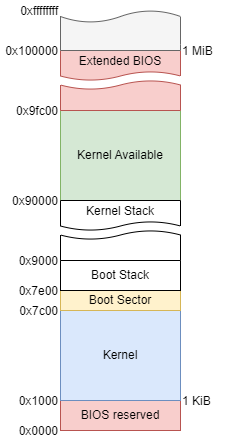
Above: docs/boot/boot_memory_diagram.png in makeopensource/mOS (draw.io), before the change. Source tidied: cells renumbered, new cells last; positions are measured from the earlier drawing's top-left corner, leaving out a move shared by most shapes. Source of this version:
```xml
<mxGraphModel>
  <root>
    <mxCell id="0" />
    <mxCell id="1" parent="0" />
    <mxCell id="2" value="BIOS reserved" style="rounded=0;whiteSpace=wrap;html=1;fillColor=#f8cecc;strokeColor=#b85450;" parent="1" vertex="1">
      <mxGeometry x="60" y="400" width="120" height="30" as="geometry" />
    </mxCell>
    <mxCell id="3" value="0x1000" style="text;html=1;strokeColor=none;fillColor=none;align=right;verticalAlign=bottom;whiteSpace=wrap;rounded=0;" parent="1" vertex="1">
      <mxGeometry y="390" width="60" height="20" as="geometry" />
    </mxCell>
    <mxCell id="4" value="0x0000" style="text;html=1;strokeColor=none;fillColor=none;align=right;verticalAlign=bottom;whiteSpace=wrap;rounded=0;" parent="1" vertex="1">
      <mxGeometry y="420" width="60" height="20" as="geometry" />
    </mxCell>
    <mxCell id="5" value="Kernel" style="rounded=0;whiteSpace=wrap;html=1;fillColor=#dae8fc;strokeColor=#6c8ebf;" parent="1" vertex="1">
      <mxGeometry x="60" y="310" width="120" height="90" as="geometry" />
    </mxCell>
    <mxCell id="6" value="0x7c00" style="text;html=1;strokeColor=none;fillColor=none;align=right;verticalAlign=bottom;whiteSpace=wrap;rounded=0;" parent="1" vertex="1">
      <mxGeometry y="300" width="60" height="20" as="geometry" />
    </mxCell>
    <mxCell id="7" value="Boot Sector" style="rounded=0;whiteSpace=wrap;html=1;fillColor=#fff2cc;strokeColor=#d6b656;" parent="1" vertex="1">
      <mxGeometry x="60" y="290" width="120" height="20" as="geometry" />
    </mxCell>
    <mxCell id="8" value="0x7e00" style="text;html=1;strokeColor=none;fillColor=none;align=right;verticalAlign=bottom;whiteSpace=wrap;rounded=0;" parent="1" vertex="1">
      <mxGeometry y="280" width="60" height="20" as="geometry" />
    </mxCell>
    <mxCell id="9" value="Boot Stack" style="rounded=0;whiteSpace=wrap;html=1;glass=0;shadow=0;" parent="1" vertex="1">
      <mxGeometry x="60" y="260" width="120" height="30" as="geometry" />
    </mxCell>
    <mxCell id="10" value="0x9000" style="text;html=1;strokeColor=none;fillColor=none;align=right;verticalAlign=bottom;whiteSpace=wrap;rounded=0;" parent="1" vertex="1">
      <mxGeometry y="250" width="60" height="20" as="geometry" />
    </mxCell>
    <mxCell id="11" value="0x90000" style="text;html=1;strokeColor=none;fillColor=none;align=right;verticalAlign=bottom;whiteSpace=wrap;rounded=0;" parent="1" vertex="1">
      <mxGeometry y="190" width="60" height="20" as="geometry" />
    </mxCell>
    <mxCell id="12" value="Kernel Available" style="rounded=0;whiteSpace=wrap;html=1;fillColor=#d5e8d4;strokeColor=#82b366;" parent="1" vertex="1">
      <mxGeometry x="60" y="110" width="120" height="90" as="geometry" />
    </mxCell>
    <mxCell id="13" value="0x9fc00" style="text;html=1;strokeColor=none;fillColor=none;align=right;verticalAlign=bottom;whiteSpace=wrap;rounded=0;" parent="1" vertex="1">
      <mxGeometry y="100" width="60" height="20" as="geometry" />
    </mxCell>
    <mxCell id="14" value="0x100000" style="text;html=1;strokeColor=none;fillColor=none;align=right;verticalAlign=bottom;whiteSpace=wrap;rounded=0;" parent="1" vertex="1">
      <mxGeometry y="40" width="60" height="20" as="geometry" />
    </mxCell>
    <mxCell id="15" value="Kernel Stack" style="shape=document;whiteSpace=wrap;html=1;boundedLbl=1;" parent="1" vertex="1">
      <mxGeometry x="60" y="200" width="120" height="30" as="geometry" />
    </mxCell>
    <mxCell id="16" style="shape=document;whiteSpace=wrap;html=1;boundedLbl=1;rotation=-180;strokeWidth=1;" parent="1" vertex="1">
      <mxGeometry x="60" y="230" width="120" height="30" as="geometry" />
    </mxCell>
    <mxCell id="17" value="Extended BIOS" style="shape=document;whiteSpace=wrap;html=1;boundedLbl=1;fillColor=#f8cecc;strokeColor=#b85450;" parent="1" vertex="1">
      <mxGeometry x="60" y="50" width="120" height="30" as="geometry" />
    </mxCell>
    <mxCell id="18" style="shape=document;whiteSpace=wrap;html=1;boundedLbl=1;rotation=-180;fillColor=#f8cecc;strokeColor=#b85450;" parent="1" vertex="1">
      <mxGeometry x="60" y="80" width="120" height="30" as="geometry" />
    </mxCell>
    <mxCell id="19" style="shape=document;whiteSpace=wrap;html=1;boundedLbl=1;rotation=-180;fillColor=#f5f5f5;fontColor=#333333;strokeColor=#666666;" parent="1" vertex="1">
      <mxGeometry x="60" y="10" width="120" height="40" as="geometry" />
    </mxCell>
    <mxCell id="20" value="0xffffffff" style="text;html=1;strokeColor=none;fillColor=none;align=right;verticalAlign=bottom;whiteSpace=wrap;rounded=0;" parent="1" vertex="1">
      <mxGeometry width="60" height="20" as="geometry" />
    </mxCell>
    <mxCell id="21" value="1 MiB" style="text;html=1;strokeColor=none;fillColor=none;align=left;verticalAlign=bottom;whiteSpace=wrap;rounded=0;" parent="1" vertex="1">
      <mxGeometry x="180" y="40" width="60" height="20" as="geometry" />
    </mxCell>
    <mxCell id="22" value="1 KiB" style="text;html=1;strokeColor=none;fillColor=none;align=left;verticalAlign=bottom;whiteSpace=wrap;rounded=0;" parent="1" vertex="1">
      <mxGeometry x="180" y="390" width="60" height="20" as="geometry" />
    </mxCell>
  </root>
</mxGraphModel>
```
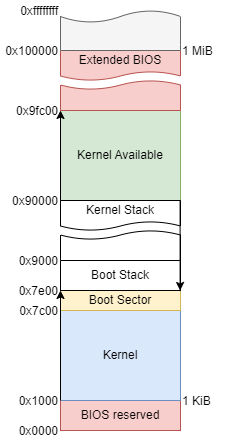
After the change.

Commit message:
further reading

and arrows for the stack!

What changed in the source:
```diff
@@ -65,5 +65,22 @@
     <mxCell id="22" value="1 KiB" style="text;html=1;strokeColor=none;fillColor=none;align=left;verticalAlign=bottom;whiteSpace=wrap;rounded=0;" parent="1" vertex="1">
       <mxGeometry x="180" y="390" width="60" height="20" as="geometry" />
     </mxCell>
+    <mxCell id="23" style="endArrow=classic;html=1;rounded=0;" parent="1" edge="1">
+      <mxGeometry relative="1" as="geometry">
+        <mxPoint x="179.6" y="200" as="sourcePoint" />
+        <mxPoint x="179.6" y="290" as="targetPoint" />
+      </mxGeometry>
+    </mxCell>
+    <mxCell id="24" style="endArrow=classic;html=1;rounded=0;" parent="1" edge="1">
+      <mxGeometry relative="1" as="geometry">
+        <mxPoint x="60" y="200" as="sourcePoint" />
+        <mxPoint x="60" y="110" as="targetPoint" />
+      </mxGeometry>
+    </mxCell>
+    <mxCell id="25" style="endArrow=classic;html=1;rounded=0;entryX=1;entryY=0.5;entryDx=0;entryDy=0;" parent="1" edge="1" target="8">
+      <mxGeometry relative="1" as="geometry">
+        <mxPoint x="60" y="400" as="sourcePoint" />
+      </mxGeometry>
+    </mxCell>
   </root>
 </mxGraphModel>
```
